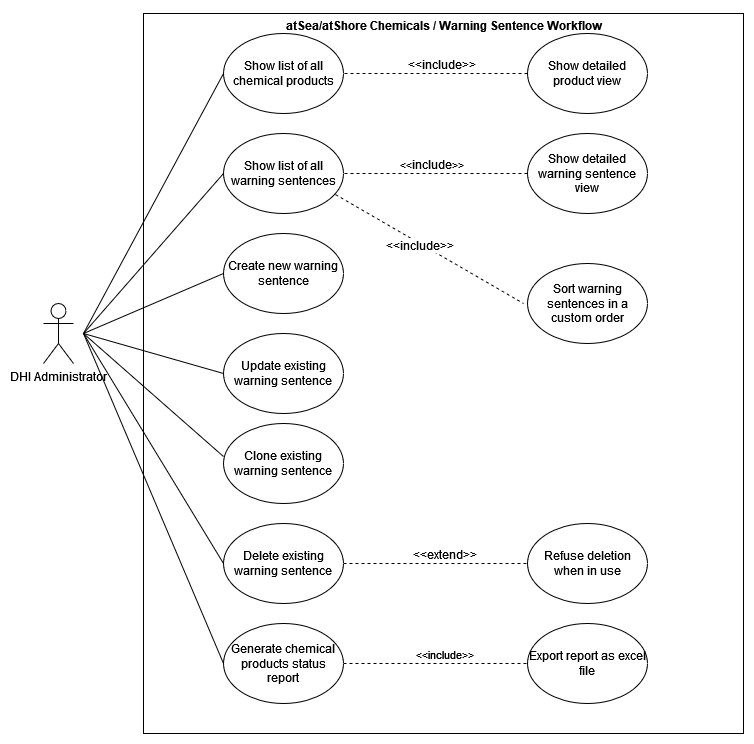
Above: diagrams/Use Case Diagram.png in FrederikBA/bachelor-repo (draw.io), before the change. Source tidied: cells renumbered, new cells last; positions are measured from the earlier drawing's top-left corner, leaving out a move shared by most shapes. Its diagram source:
```xml
<mxGraphModel>
  <root>
    <mxCell id="0" />
    <mxCell id="1" parent="0" />
    <mxCell id="2" style="rounded=0;whiteSpace=wrap;html=1;" parent="1" vertex="1">
      <mxGeometry x="100" y="3" width="600" height="720" as="geometry" />
    </mxCell>
    <mxCell id="3" value="&lt;b&gt;atSea/atShore Chemicals / Warning Sentence Workflow&lt;br&gt;&lt;/b&gt;" style="text;html=1;align=center;verticalAlign=middle;strokeColor=none;fillColor=none;" parent="1" vertex="1">
      <mxGeometry x="230" width="340" height="30" as="geometry" />
    </mxCell>
    <mxCell id="4" style="rounded=0;jettySize=auto;html=1;entryX=0;entryY=0.5;entryDx=0;entryDy=0;endArrow=none;endFill=0;" parent="1" edge="1" target="11">
      <mxGeometry relative="1" as="geometry">
        <mxPoint x="40" y="323" as="sourcePoint" />
      </mxGeometry>
    </mxCell>
    <mxCell id="5" style="rounded=0;jettySize=auto;html=1;entryX=0;entryY=0.5;entryDx=0;entryDy=0;endArrow=none;endFill=0;" parent="1" edge="1" target="15">
      <mxGeometry relative="1" as="geometry">
        <mxPoint x="40" y="323" as="sourcePoint" />
      </mxGeometry>
    </mxCell>
    <mxCell id="6" style="rounded=0;jettySize=auto;html=1;entryX=0;entryY=0.5;entryDx=0;entryDy=0;endArrow=none;endFill=0;" parent="1" edge="1" target="22">
      <mxGeometry relative="1" as="geometry">
        <mxPoint x="40" y="323" as="sourcePoint" />
      </mxGeometry>
    </mxCell>
    <mxCell id="7" style="rounded=0;jettySize=auto;html=1;entryX=0;entryY=0.5;entryDx=0;entryDy=0;endArrow=none;endFill=0;" parent="1" edge="1" target="23">
      <mxGeometry relative="1" as="geometry">
        <mxPoint x="40" y="323" as="sourcePoint" />
      </mxGeometry>
    </mxCell>
    <mxCell id="8" style="rounded=0;jettySize=auto;html=1;entryX=0;entryY=0.5;entryDx=0;entryDy=0;endArrow=none;endFill=0;" parent="1" edge="1" target="26">
      <mxGeometry relative="1" as="geometry">
        <mxPoint x="40" y="323" as="sourcePoint" />
      </mxGeometry>
    </mxCell>
    <mxCell id="9" style="rounded=0;jettySize=auto;html=1;entryX=0;entryY=0.5;entryDx=0;entryDy=0;endArrow=none;endFill=0;" parent="1" edge="1" target="30">
      <mxGeometry relative="1" as="geometry">
        <mxPoint x="40" y="323" as="sourcePoint" />
      </mxGeometry>
    </mxCell>
    <mxCell id="10" value="DHI Administrator" style="shape=umlActor;verticalLabelPosition=bottom;verticalAlign=top;html=1;" parent="1" vertex="1">
      <mxGeometry y="293" width="30" height="60" as="geometry" />
    </mxCell>
    <mxCell id="11" value="Show list of all chemical products" style="ellipse;whiteSpace=wrap;html=1;" parent="1" vertex="1">
      <mxGeometry x="180" y="23" width="120" height="80" as="geometry" />
    </mxCell>
    <mxCell id="12" style="edgeStyle=orthogonalEdgeStyle;rounded=0;jettySize=auto;html=1;dashed=1;endArrow=none;endFill=0;" parent="1" edge="1" source="14" target="11">
      <mxGeometry relative="1" as="geometry" />
    </mxCell>
    <mxCell id="13" value="&amp;lt;&amp;lt;include&amp;gt;&amp;gt;" style="edgeLabel;html=1;align=center;verticalAlign=middle;fontSize=12;" parent="12" vertex="1">
      <mxGeometry x="-0.07" relative="1" as="geometry">
        <mxPoint x="-2" y="-10" as="offset" />
      </mxGeometry>
    </mxCell>
    <mxCell id="14" value="Show detailed product view" style="ellipse;whiteSpace=wrap;html=1;" parent="1" vertex="1">
      <mxGeometry x="484" y="23" width="120" height="80" as="geometry" />
    </mxCell>
    <mxCell id="15" value="Show list of all warning sentences" style="ellipse;whiteSpace=wrap;html=1;" parent="1" vertex="1">
      <mxGeometry x="180" y="123" width="120" height="80" as="geometry" />
    </mxCell>
    <mxCell id="16" style="edgeStyle=orthogonalEdgeStyle;rounded=0;jettySize=auto;html=1;entryX=1;entryY=0.5;entryDx=0;entryDy=0;endArrow=none;endFill=0;dashed=1;" parent="1" edge="1" source="18" target="15">
      <mxGeometry relative="1" as="geometry" />
    </mxCell>
    <mxCell id="17" value="&amp;lt;&amp;lt;&lt;font style=&quot;font-size: 12px;&quot;&gt;include&lt;/font&gt;&amp;gt;&amp;gt;" style="edgeLabel;html=1;align=center;verticalAlign=middle;" parent="16" vertex="1">
      <mxGeometry x="0.13" y="3" relative="1" as="geometry">
        <mxPoint x="7" y="-13" as="offset" />
      </mxGeometry>
    </mxCell>
    <mxCell id="18" value="Show detailed warning sentence view" style="ellipse;whiteSpace=wrap;html=1;" parent="1" vertex="1">
      <mxGeometry x="484" y="123" width="120" height="80" as="geometry" />
    </mxCell>
    <mxCell id="19" value="Sort warning sentences in a custom order" style="ellipse;whiteSpace=wrap;html=1;" parent="1" vertex="1">
      <mxGeometry x="484" y="253" width="120" height="80" as="geometry" />
    </mxCell>
    <mxCell id="20" style="rounded=0;jettySize=auto;html=1;exitX=0.933;exitY=0.763;exitDx=0;exitDy=0;exitPerimeter=0;dashed=1;endArrow=none;endFill=0;" parent="1" edge="1" source="15">
      <mxGeometry relative="1" as="geometry">
        <mxPoint x="480" y="293" as="targetPoint" />
      </mxGeometry>
    </mxCell>
    <mxCell id="21" value="&lt;font style=&quot;font-size: 12px;&quot;&gt;&amp;lt;&amp;lt;include&amp;gt;&amp;gt;&lt;/font&gt;" style="edgeLabel;html=1;align=center;verticalAlign=middle;" parent="20" vertex="1">
      <mxGeometry x="-0.1" y="-2" relative="1" as="geometry" />
    </mxCell>
    <mxCell id="22" value="Create new warning sentence" style="ellipse;whiteSpace=wrap;html=1;" parent="1" vertex="1">
      <mxGeometry x="180" y="223" width="120" height="80" as="geometry" />
    </mxCell>
    <mxCell id="23" value="Update existing warning sentence" style="ellipse;whiteSpace=wrap;html=1;" parent="1" vertex="1">
      <mxGeometry x="180" y="323" width="120" height="80" as="geometry" />
    </mxCell>
    <mxCell id="24" style="rounded=0;jettySize=auto;html=1;entryX=0;entryY=0.5;entryDx=0;entryDy=0;endArrow=none;endFill=0;dashed=1;" parent="1" edge="1" source="26" target="27">
      <mxGeometry relative="1" as="geometry" />
    </mxCell>
    <mxCell id="25" value="&lt;font style=&quot;font-size: 12px;&quot;&gt;&amp;lt;&amp;lt;extend&amp;gt;&amp;gt;&lt;/font&gt;" style="edgeLabel;html=1;align=center;verticalAlign=middle;" parent="24" vertex="1">
      <mxGeometry x="0.36" y="-1" relative="1" as="geometry">
        <mxPoint x="-25" y="-11" as="offset" />
      </mxGeometry>
    </mxCell>
    <mxCell id="26" value="Delete existing warning sentence" style="ellipse;whiteSpace=wrap;html=1;" parent="1" vertex="1">
      <mxGeometry x="180" y="513" width="120" height="80" as="geometry" />
    </mxCell>
    <mxCell id="27" value="Refuse deletion when in use" style="ellipse;whiteSpace=wrap;html=1;" parent="1" vertex="1">
      <mxGeometry x="484" y="513" width="120" height="80" as="geometry" />
    </mxCell>
    <mxCell id="28" style="edgeStyle=orthogonalEdgeStyle;rounded=0;jettySize=auto;html=1;dashed=1;endArrow=none;endFill=0;" parent="1" edge="1" source="30" target="33">
      <mxGeometry relative="1" as="geometry" />
    </mxCell>
    <mxCell id="29" value="&amp;lt;&amp;lt;include&amp;gt;&amp;gt;" style="edgeLabel;html=1;align=center;verticalAlign=middle;" parent="28" vertex="1">
      <mxGeometry x="0.02" y="-1" relative="1" as="geometry">
        <mxPoint x="6" y="-11" as="offset" />
      </mxGeometry>
    </mxCell>
    <mxCell id="30" value="Generate chemical products status report" style="ellipse;whiteSpace=wrap;html=1;" parent="1" vertex="1">
      <mxGeometry x="180" y="613" width="120" height="80" as="geometry" />
    </mxCell>
    <mxCell id="31" value="Clone existing warning sentence" style="ellipse;whiteSpace=wrap;html=1;" parent="1" vertex="1">
      <mxGeometry x="180" y="413" width="120" height="80" as="geometry" />
    </mxCell>
    <mxCell id="32" style="rounded=0;jettySize=auto;html=1;entryX=0;entryY=0.413;entryDx=0;entryDy=0;entryPerimeter=0;endArrow=none;endFill=0;" parent="1" edge="1" target="31">
      <mxGeometry relative="1" as="geometry">
        <mxPoint x="40" y="323" as="sourcePoint" />
      </mxGeometry>
    </mxCell>
    <mxCell id="33" value="Export report as excel file" style="ellipse;whiteSpace=wrap;html=1;" parent="1" vertex="1">
      <mxGeometry x="484" y="613" width="120" height="80" as="geometry" />
    </mxCell>
  </root>
</mxGraphModel>
```
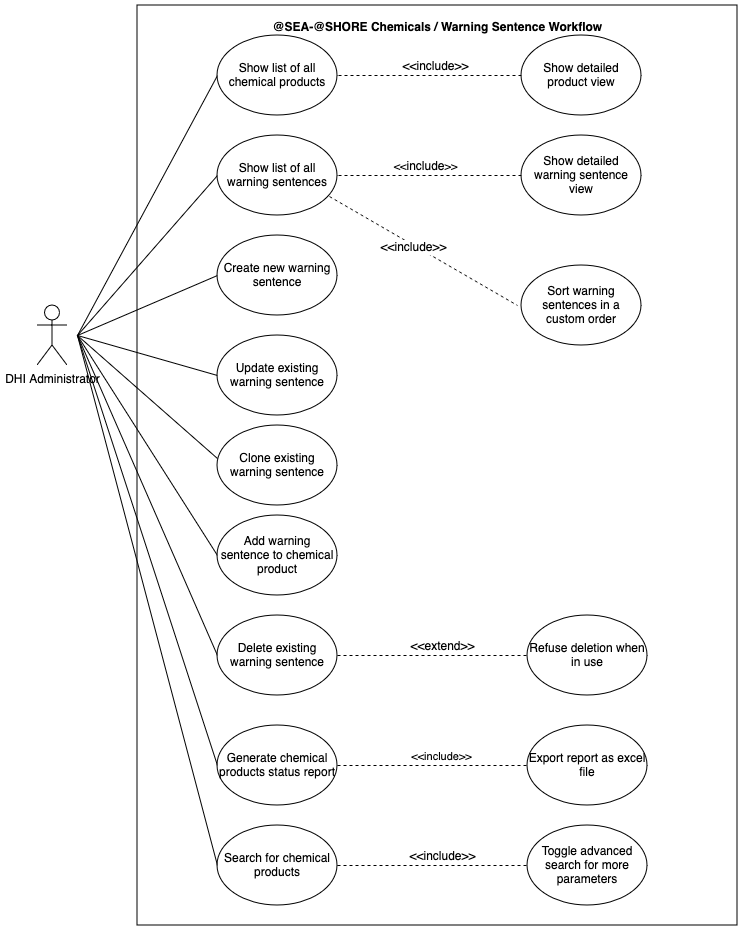
After the commit.

Commit message:
update use case

The edit, as a diff of the source:
```diff
@@ -3,10 +3,10 @@
     <mxCell id="0" />
     <mxCell id="1" parent="0" />
     <mxCell id="2" style="rounded=0;whiteSpace=wrap;html=1;" parent="1" vertex="1">
-      <mxGeometry x="100" y="3" width="600" height="720" as="geometry" />
+      <mxGeometry x="100" y="-7" width="600" height="920" as="geometry" />
     </mxCell>
-    <mxCell id="3" value="&lt;b&gt;atSea/atShore Chemicals / Warning Sentence Workflow&lt;br&gt;&lt;/b&gt;" style="text;html=1;align=center;verticalAlign=middle;strokeColor=none;fillColor=none;" parent="1" vertex="1">
-      <mxGeometry x="230" width="340" height="30" as="geometry" />
+    <mxCell id="3" value="&lt;b&gt;@SEA-@SHORE Chemicals / Warning Sentence Workflow&lt;br&gt;&lt;/b&gt;" style="text;html=1;align=center;verticalAlign=middle;strokeColor=none;fillColor=none;" parent="1" vertex="1">
+      <mxGeometry x="225" width="350" height="30" as="geometry" />
     </mxCell>
     <mxCell id="4" style="rounded=0;jettySize=auto;html=1;entryX=0;entryY=0.5;entryDx=0;entryDy=0;endArrow=none;endFill=0;" parent="1" edge="1" target="11">
       <mxGeometry relative="1" as="geometry">
@@ -38,6 +38,11 @@
         <mxPoint x="40" y="323" as="sourcePoint" />
       </mxGeometry>
     </mxCell>
+    <mxCell id="34" style="rounded=0;jettySize=auto;html=1;entryX=0;entryY=0.5;entryDx=0;entryDy=0;endArrow=none;endFill=0;" parent="1" edge="1" target="35">
+      <mxGeometry relative="1" as="geometry">
+        <mxPoint x="40" y="323" as="sourcePoint" />
+      </mxGeometry>
+    </mxCell>
     <mxCell id="10" value="DHI Administrator" style="shape=umlActor;verticalLabelPosition=bottom;verticalAlign=top;html=1;" parent="1" vertex="1">
       <mxGeometry y="293" width="30" height="60" as="geometry" />
     </mxCell>
@@ -95,10 +100,10 @@
       </mxGeometry>
     </mxCell>
     <mxCell id="26" value="Delete existing warning sentence" style="ellipse;whiteSpace=wrap;html=1;" parent="1" vertex="1">
-      <mxGeometry x="180" y="513" width="120" height="80" as="geometry" />
+      <mxGeometry x="180" y="603" width="120" height="80" as="geometry" />
     </mxCell>
     <mxCell id="27" value="Refuse deletion when in use" style="ellipse;whiteSpace=wrap;html=1;" parent="1" vertex="1">
-      <mxGeometry x="484" y="513" width="120" height="80" as="geometry" />
+      <mxGeometry x="490" y="603" width="120" height="80" as="geometry" />
     </mxCell>
     <mxCell id="28" style="edgeStyle=orthogonalEdgeStyle;rounded=0;jettySize=auto;html=1;dashed=1;endArrow=none;endFill=0;" parent="1" edge="1" source="30" target="33">
       <mxGeometry relative="1" as="geometry" />
@@ -109,7 +114,7 @@
       </mxGeometry>
     </mxCell>
     <mxCell id="30" value="Generate chemical products status report" style="ellipse;whiteSpace=wrap;html=1;" parent="1" vertex="1">
-      <mxGeometry x="180" y="613" width="120" height="80" as="geometry" />
+      <mxGeometry x="180" y="713" width="120" height="80" as="geometry" />
     </mxCell>
     <mxCell id="31" value="Clone existing warning sentence" style="ellipse;whiteSpace=wrap;html=1;" parent="1" vertex="1">
       <mxGeometry x="180" y="413" width="120" height="80" as="geometry" />
@@ -120,7 +125,29 @@
       </mxGeometry>
     </mxCell>
     <mxCell id="33" value="Export report as excel file" style="ellipse;whiteSpace=wrap;html=1;" parent="1" vertex="1">
-      <mxGeometry x="484" y="613" width="120" height="80" as="geometry" />
+      <mxGeometry x="490" y="713" width="120" height="80" as="geometry" />
     </mxCell>
+    <mxCell id="35" value="Add warning sentence to chemical product" style="ellipse;whiteSpace=wrap;html=1;" parent="1" vertex="1">
+      <mxGeometry x="180" y="503" width="120" height="80" as="geometry" />
+    </mxCell>
+    <mxCell id="36" style="rounded=0;jettySize=auto;html=1;exitX=0;exitY=0.5;exitDx=0;exitDy=0;endArrow=none;endFill=0;" parent="1" edge="1" source="37">
+      <mxGeometry relative="1" as="geometry">
+        <mxPoint x="40" y="323" as="targetPoint" />
+      </mxGeometry>
+    </mxCell>
+    <mxCell id="37" value="Search for chemical products" style="ellipse;whiteSpace=wrap;html=1;" parent="1" vertex="1">
+      <mxGeometry x="180" y="813" width="120" height="80" as="geometry" />
+    </mxCell>
+    <mxCell id="38" value="Toggle advanced search for more parameters" style="ellipse;whiteSpace=wrap;html=1;" parent="1" vertex="1">
+      <mxGeometry x="490" y="813" width="120" height="80" as="geometry" />
+    </mxCell>
+    <mxCell id="39" style="rounded=0;jettySize=auto;html=1;entryX=0;entryY=0.5;entryDx=0;entryDy=0;endArrow=none;endFill=0;dashed=1;exitX=1;exitY=0.5;exitDx=0;exitDy=0;" parent="1" edge="1" source="37" target="38">
+      <mxGeometry relative="1" as="geometry" />
+    </mxCell>
+    <mxCell id="40" value="&lt;font style=&quot;font-size: 12px;&quot;&gt;&amp;lt;&amp;lt;include&amp;gt;&amp;gt;&lt;/font&gt;" style="edgeLabel;html=1;align=center;verticalAlign=middle;" parent="39" vertex="1">
+      <mxGeometry x="0.36" y="-1" relative="1" as="geometry">
+        <mxPoint x="-25" y="-11" as="offset" />
+      </mxGeometry>
+    </mxCell>
   </root>
 </mxGraphModel>
```
